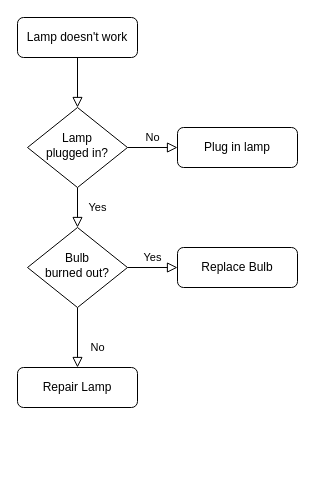
This is Smart_Plug_Use_Case.drawio from Robles277/utdesign-training-verification-system, a draw.io file, before an edit. Source tidied: cells renumbered, new cells numbered last; positions are measured from the earlier drawing's top-left corner, leaving out a move shared by most shapes. Both pictures are drawn from the tidied source at 100%, with x=0, y=0 at pixel (17, 17).
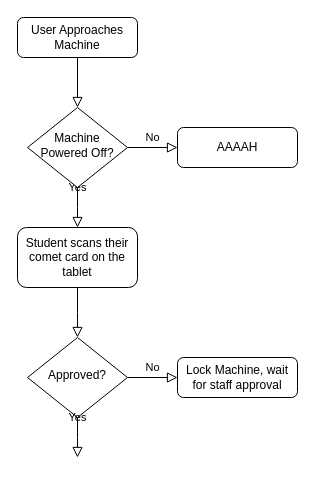
The same page after the edit.

Change to the diagram source:
```diff
@@
 <mxGraphModel>
   <root>
     <mxCell id="0" />
     <mxCell id="1" parent="0" />
     <mxCell id="2" style="rounded=0;html=1;jettySize=auto;fontSize=11;endArrow=block;endFill=0;endSize=8;strokeWidth=1;shadow=0;labelBackgroundColor=none;edgeStyle=orthogonalEdgeStyle;" parent="1" edge="1" source="3" target="6">
       <mxGeometry relative="1" as="geometry" />
     </mxCell>
-    <mxCell id="3" value="Lamp doesn't work" style="rounded=1;whiteSpace=wrap;html=1;fontSize=12;glass=0;strokeWidth=1;shadow=0;" parent="1" vertex="1">
+    <mxCell id="3" value="User Approaches Machine" style="rounded=1;whiteSpace=wrap;html=1;fontSize=12;glass=0;strokeWidth=1;shadow=0;" parent="1" vertex="1">
       <mxGeometry width="120" height="40" as="geometry" />
     </mxCell>
-    <mxCell id="4" value="Yes" style="rounded=0;html=1;jettySize=auto;fontSize=11;endArrow=block;endFill=0;endSize=8;strokeWidth=1;shadow=0;labelBackgroundColor=none;edgeStyle=orthogonalEdgeStyle;" parent="1" edge="1" source="6" target="10">
-      <mxGeometry y="20" relative="1" as="geometry" />
+    <mxCell id="4" value="Yes" style="rounded=0;html=1;jettySize=auto;fontSize=11;endArrow=block;endFill=0;endSize=8;strokeWidth=1;shadow=0;labelBackgroundColor=none;edgeStyle=orthogonalEdgeStyle;" parent="1" edge="1" source="6">
+      <mxGeometry y="20" relative="1" as="geometry">
+        <mxPoint x="60" y="210" as="targetPoint" />
+      </mxGeometry>
     </mxCell>
     <mxCell id="5" value="No" style="edgeStyle=orthogonalEdgeStyle;rounded=0;html=1;jettySize=auto;fontSize=11;endArrow=block;endFill=0;endSize=8;strokeWidth=1;shadow=0;labelBackgroundColor=none;" parent="1" edge="1" source="6" target="7">
       <mxGeometry y="10" relative="1" as="geometry" />
     </mxCell>
-    <mxCell id="6" value="Lamp&lt;br&gt;plugged in?" style="rhombus;whiteSpace=wrap;html=1;shadow=0;fontFamily=Helvetica;fontSize=12;align=center;strokeWidth=1;spacing=6;spacingTop=-4;" parent="1" vertex="1">
+    <mxCell id="6" value="Machine Powered Off?" style="rhombus;whiteSpace=wrap;html=1;shadow=0;fontFamily=Helvetica;fontSize=12;align=center;strokeWidth=1;spacing=6;spacingTop=-4;" parent="1" vertex="1">
       <mxGeometry x="10" y="90" width="100" height="80" as="geometry" />
     </mxCell>
-    <mxCell id="7" value="Plug in lamp" style="rounded=1;whiteSpace=wrap;html=1;fontSize=12;glass=0;strokeWidth=1;shadow=0;" parent="1" vertex="1">
+    <mxCell id="7" value="AAAAH" style="rounded=1;whiteSpace=wrap;html=1;fontSize=12;glass=0;strokeWidth=1;shadow=0;" parent="1" vertex="1">
       <mxGeometry x="160" y="110" width="120" height="40" as="geometry" />
     </mxCell>
+    <mxCell id="13" value="Student scans their comet card on the tablet" style="rounded=1;whiteSpace=wrap;html=1;" parent="1" vertex="1">
+      <mxGeometry y="210" width="120" height="60" as="geometry" />
+    </mxCell>
+    <mxCell id="14" style="rounded=0;html=1;jettySize=auto;fontSize=11;endArrow=block;endFill=0;endSize=8;strokeWidth=1;shadow=0;labelBackgroundColor=none;edgeStyle=orthogonalEdgeStyle;exitX=0.5;exitY=1;exitDx=0;exitDy=0;" parent="1" edge="1" source="13">
+      <mxGeometry relative="1" as="geometry">
+        <mxPoint x="60" y="320" as="targetPoint" />
+      </mxGeometry>
+    </mxCell>
+    <mxCell id="15" value="Approved?" style="rhombus;whiteSpace=wrap;html=1;shadow=0;fontFamily=Helvetica;fontSize=12;align=center;strokeWidth=1;spacing=6;spacingTop=-4;" parent="1" vertex="1">
+      <mxGeometry x="10" y="320" width="100" height="80" as="geometry" />
+    </mxCell>
+    <mxCell id="16" value="Lock Machine, wait for staff approval" style="rounded=1;whiteSpace=wrap;html=1;fontSize=12;glass=0;strokeWidth=1;shadow=0;" parent="1" vertex="1">
+      <mxGeometry x="160" y="340" width="120" height="40" as="geometry" />
+    </mxCell>
-    <mxCell id="8" value="No" style="rounded=0;html=1;jettySize=auto;fontSize=11;endArrow=block;endFill=0;endSize=8;strokeWidth=1;shadow=0;labelBackgroundColor=none;edgeStyle=orthogonalEdgeStyle;" parent="1" edge="1" source="10" target="11">
-      <mxGeometry x="0.33" y="20" relative="1" as="geometry" />
+    <mxCell id="8" value="No" style="edgeStyle=orthogonalEdgeStyle;rounded=0;html=1;jettySize=auto;fontSize=11;endArrow=block;endFill=0;endSize=8;strokeWidth=1;shadow=0;labelBackgroundColor=none;exitX=1;exitY=0.5;exitDx=0;exitDy=0;entryX=0;entryY=0.5;entryDx=0;entryDy=0;" parent="1" edge="1" source="15" target="16">
+      <mxGeometry y="10" relative="1" as="geometry" />
     </mxCell>
-    <mxCell id="9" value="Yes" style="edgeStyle=orthogonalEdgeStyle;rounded=0;html=1;jettySize=auto;fontSize=11;endArrow=block;endFill=0;endSize=8;strokeWidth=1;shadow=0;labelBackgroundColor=none;" parent="1" edge="1" source="10" target="12">
-      <mxGeometry y="10" relative="1" as="geometry" />
+    <mxCell id="9" value="Yes" style="rounded=0;html=1;jettySize=auto;fontSize=11;endArrow=block;endFill=0;endSize=8;strokeWidth=1;shadow=0;labelBackgroundColor=none;edgeStyle=orthogonalEdgeStyle;exitX=0.5;exitY=1;exitDx=0;exitDy=0;" parent="1" edge="1" source="15">
+      <mxGeometry y="20" relative="1" as="geometry">
+        <mxPoint x="60" y="440" as="targetPoint" />
+      </mxGeometry>
     </mxCell>
-    <mxCell id="10" value="Bulb&lt;br&gt;burned out?" style="rhombus;whiteSpace=wrap;html=1;shadow=0;fontFamily=Helvetica;fontSize=12;align=center;strokeWidth=1;spacing=6;spacingTop=-4;" parent="1" vertex="1">
-      <mxGeometry x="10" y="210" width="100" height="80" as="geometry" />
-    </mxCell>
-    <mxCell id="11" value="Repair Lamp" style="rounded=1;whiteSpace=wrap;html=1;fontSize=12;glass=0;strokeWidth=1;shadow=0;" parent="1" vertex="1">
-      <mxGeometry y="350" width="120" height="40" as="geometry" />
-    </mxCell>
-    <mxCell id="12" value="Replace Bulb" style="rounded=1;whiteSpace=wrap;html=1;fontSize=12;glass=0;strokeWidth=1;shadow=0;" parent="1" vertex="1">
-      <mxGeometry x="160" y="230" width="120" height="40" as="geometry" />
-    </mxCell>
   </root>
 </mxGraphModel>
```
